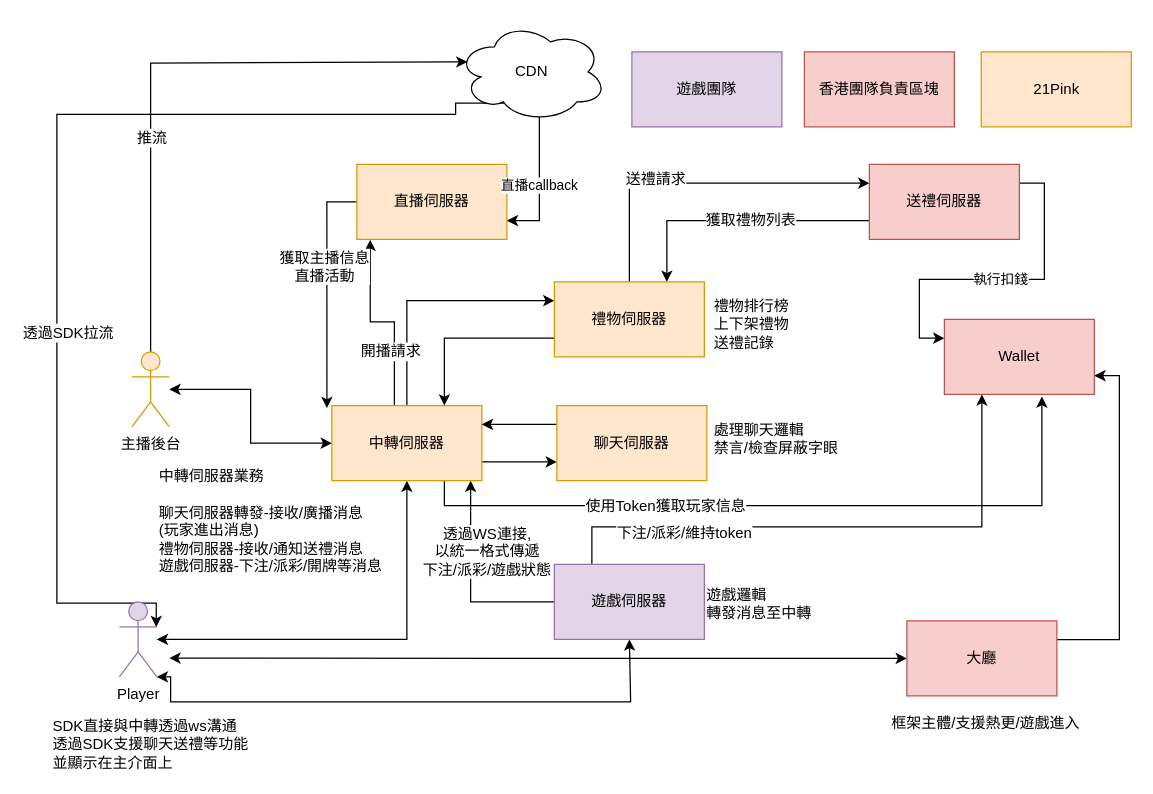
Above: Untitled Diagram.drawio in ryanCool/middlewareModule (draw.io), before the change. Source tidied: cells renumbered, new cells numbered last; positions are measured from the earlier drawing's top-left corner, leaving out a move shared by most shapes. Both pictures are drawn from the tidied source at 125%, with x=0, y=0 at pixel (50, 21).
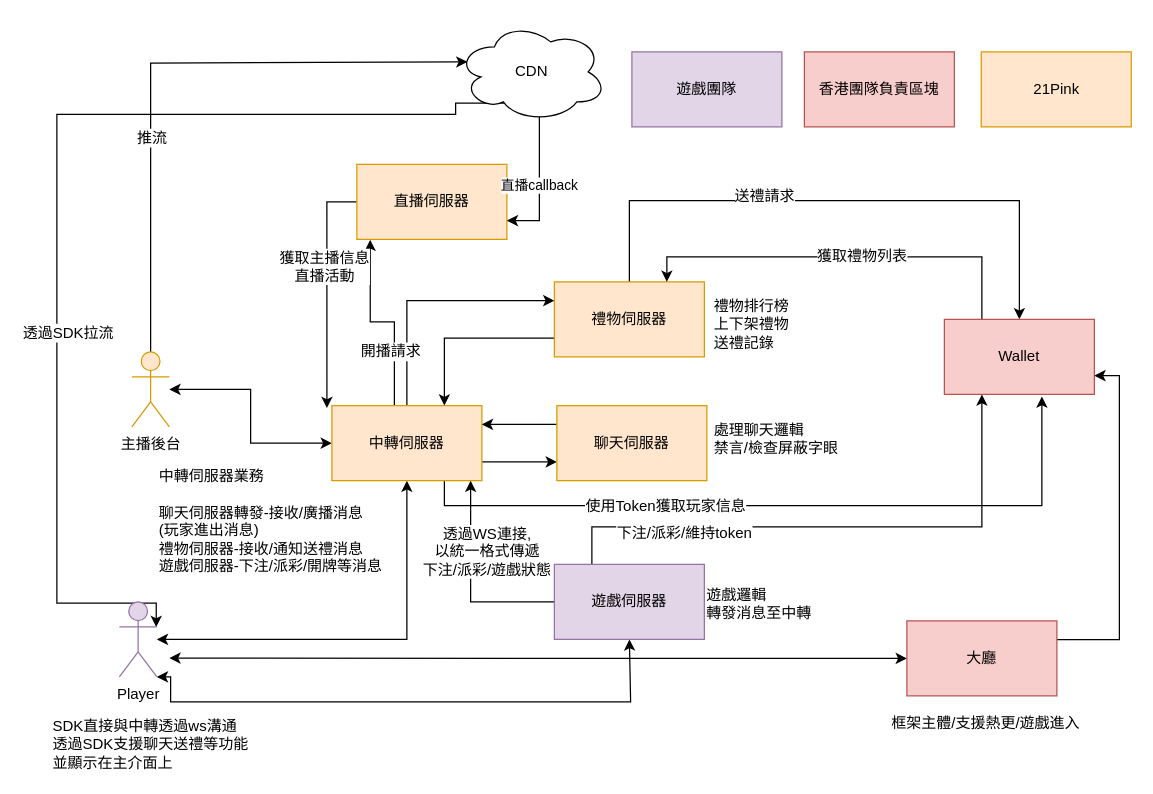
After the change.

The change refers to these unchanged cells:
```xml
<mxCell id="28" value="禮物伺服器" style="rounded=0;whiteSpace=wrap;html=1;fillColor=#ffe6cc;strokeColor=#d79b00;" parent="1" vertex="1">
  <mxGeometry x="403" y="208" width="120" height="60" as="geometry" />
</mxCell>
<mxCell id="40" value="Wallet" style="rounded=0;whiteSpace=wrap;html=1;fillColor=#f8cecc;strokeColor=#b85450;" parent="1" vertex="1">
  <mxGeometry x="715" y="238" width="120" height="60" as="geometry" />
</mxCell>
```

Change to the diagram source:
```diff
@@
-    <mxCell id="26" style="edgeStyle=orthogonalEdgeStyle;rounded=0;jettySize=auto;html=1;exitX=0.5;exitY=0;exitDx=0;exitDy=0;entryX=0;entryY=0.25;entryDx=0;entryDy=0;" parent="1" edge="1" source="28" target="39">
-      <mxGeometry relative="1" as="geometry" />
+    <mxCell id="26" style="edgeStyle=orthogonalEdgeStyle;rounded=0;jettySize=auto;html=1;exitX=0.5;exitY=0;exitDx=0;exitDy=0;entryX=0.5;entryY=0;entryDx=0;entryDy=0;" parent="1" edge="1" source="28" target="40">
+      <mxGeometry relative="1" as="geometry">
+        <Array as="points">
+          <mxPoint x="463" y="143" />
+          <mxPoint x="775" y="143" />
+        </Array>
+      </mxGeometry>
     </mxCell>
@@
-    <mxCell id="36" style="edgeStyle=orthogonalEdgeStyle;rounded=0;jettySize=auto;html=1;exitX=0;exitY=0.75;exitDx=0;exitDy=0;entryX=0.75;entryY=0;entryDx=0;entryDy=0;" parent="1" edge="1" source="39" target="28">
+    <mxCell id="36" style="edgeStyle=orthogonalEdgeStyle;rounded=0;jettySize=auto;html=1;exitX=0.25;exitY=0;exitDx=0;exitDy=0;entryX=0.75;entryY=0;entryDx=0;entryDy=0;" parent="1" edge="1" source="40" target="28">
       <mxGeometry relative="1" as="geometry" />
     </mxCell>
@@
-    <mxCell id="38" value="執行扣錢" style="edgeStyle=orthogonalEdgeStyle;rounded=0;jettySize=auto;html=1;exitX=1;exitY=0.25;exitDx=0;exitDy=0;entryX=0;entryY=0.25;entryDx=0;entryDy=0;" parent="1" edge="1" source="39" target="40">
-      <mxGeometry relative="1" as="geometry" />
-    </mxCell>
-    <mxCell id="39" value="送禮伺服器" style="rounded=0;whiteSpace=wrap;html=1;fillColor=#f8cecc;strokeColor=#b85450;" parent="1" vertex="1">
-      <mxGeometry x="655" y="114" width="120" height="60" as="geometry" />
-    </mxCell>
```
